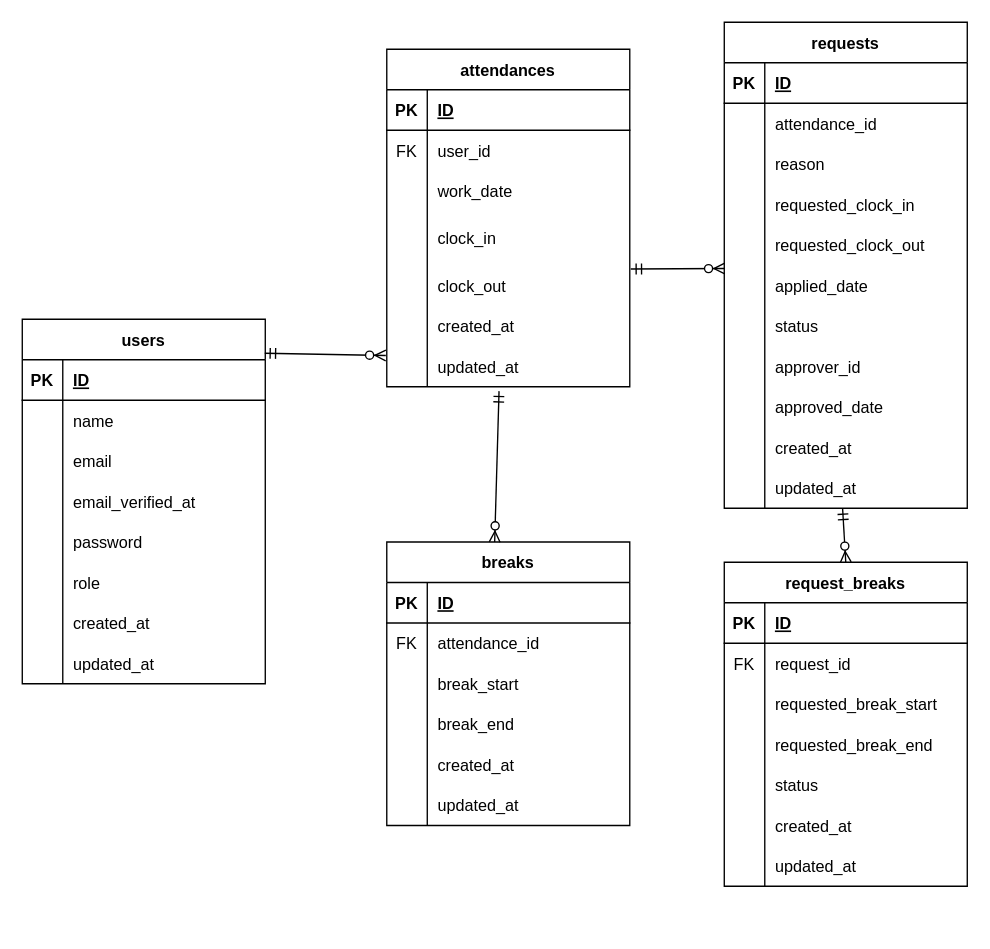
Before: ER.drawio in nishimiyu0313/yamada-attendanceapp, a draw.io diagram. Source tidied: cells renumbered, new cells numbered last; positions are measured from the earlier drawing's top-left corner, leaving out a move shared by most shapes. Both pictures are drawn from the tidied source at 135%, with x=0, y=0 at pixel (22, 22).
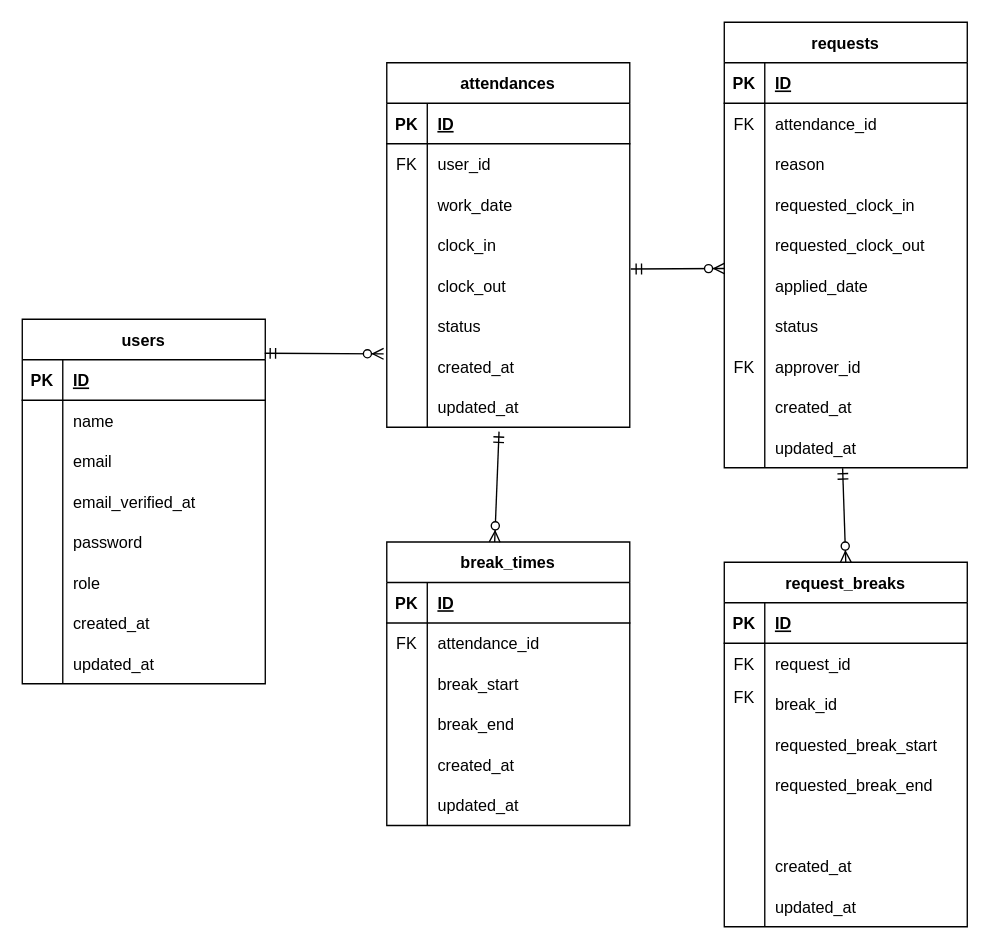
The same page after the edit.

The change refers to these unchanged cells:
```xml
<mxCell id="3" style="shape=tableRow;horizontal=0;startSize=0;swimlaneHead=0;swimlaneBody=0;fillColor=none;points=[[0,0.5],[1,0.5]];portConstraint=eastwest;top=0;left=0;right=0;bottom=1;" parent="2" vertex="1">
  <mxGeometry y="30" width="180" height="30" as="geometry" />
</mxCell>
```

The edit, as a diff of the source:
```diff
@@
     <mxCell id="27" value="attendances" style="shape=table;startSize=30;childLayout=tableLayout;rowLines=0;fontStyle=1;align=center;" parent="1" vertex="1">
-      <mxGeometry x="270" y="20" width="180" height="250" as="geometry" />
+      <mxGeometry x="270" y="30" width="180" height="270" as="geometry" />
     </mxCell>
@@
     <mxCell id="37" style="shape=tableRow;horizontal=0;startSize=0;swimlaneHead=0;swimlaneBody=0;fillColor=none;top=0;left=0;right=0;bottom=0;" parent="27" vertex="1">
-      <mxGeometry y="120" width="180" height="40" as="geometry" />
+      <mxGeometry y="120" width="180" height="30" as="geometry" />
     </mxCell>
     <mxCell id="38" style="shape=partialRectangle;fillColor=none;top=0;left=0;bottom=0;right=0;overflow=hidden;" parent="37" vertex="1">
-      <mxGeometry width="30" height="40" as="geometry" />
+      <mxGeometry width="30" height="30" as="geometry" />
     </mxCell>
     <mxCell id="39" value="clock_in" style="shape=partialRectangle;fillColor=none;top=0;left=0;bottom=0;right=0;align=left;spacingLeft=6;overflow=hidden;" parent="37" vertex="1">
-      <mxGeometry x="30" width="150" height="40" as="geometry" />
+      <mxGeometry x="30" width="150" height="30" as="geometry" />
     </mxCell>
     <mxCell id="40" style="shape=tableRow;horizontal=0;startSize=0;swimlaneHead=0;swimlaneBody=0;fillColor=none;points=[[0,0.5],[1,0.5]];portConstraint=eastwest;top=0;left=0;right=0;bottom=0;" parent="27" vertex="1">
-      <mxGeometry y="160" width="180" height="30" as="geometry" />
+      <mxGeometry y="150" width="180" height="30" as="geometry" />
     </mxCell>
@@
+    <mxCell id="128" style="shape=tableRow;horizontal=0;startSize=0;swimlaneHead=0;swimlaneBody=0;fillColor=none;top=0;left=0;right=0;bottom=0;" parent="27" vertex="1">
+      <mxGeometry y="180" width="180" height="30" as="geometry" />
+    </mxCell>
+    <mxCell id="129" style="shape=partialRectangle;fillColor=none;top=0;left=0;bottom=0;right=0;overflow=hidden;" parent="128" vertex="1">
+      <mxGeometry width="30" height="30" as="geometry" />
+    </mxCell>
+    <mxCell id="130" value="status" style="shape=partialRectangle;fillColor=none;top=0;left=0;bottom=0;right=0;align=left;spacingLeft=6;overflow=hidden;" parent="128" vertex="1">
+      <mxGeometry x="30" width="150" height="30" as="geometry" />
+    </mxCell>
     <mxCell id="43" style="shape=tableRow;horizontal=0;startSize=0;swimlaneHead=0;swimlaneBody=0;fillColor=none;points=[[0,0.5],[1,0.5]];portConstraint=eastwest;top=0;left=0;right=0;bottom=0;" parent="27" vertex="1">
-      <mxGeometry y="190" width="180" height="30" as="geometry" />
+      <mxGeometry y="210" width="180" height="30" as="geometry" />
     </mxCell>
@@
     <mxCell id="46" style="shape=tableRow;horizontal=0;startSize=0;swimlaneHead=0;swimlaneBody=0;fillColor=none;points=[[0,0.5],[1,0.5]];portConstraint=eastwest;top=0;left=0;right=0;bottom=0;" parent="27" vertex="1">
-      <mxGeometry y="220" width="180" height="30" as="geometry" />
+      <mxGeometry y="240" width="180" height="30" as="geometry" />
     </mxCell>
@@
-    <mxCell id="49" value="breaks" style="shape=table;startSize=30;childLayout=tableLayout;rowLines=0;fontStyle=1;align=center;" parent="1" vertex="1">
+    <mxCell id="49" value="break_times" style="shape=table;startSize=30;childLayout=tableLayout;rowLines=0;fontStyle=1;align=center;" parent="1" vertex="1">
       <mxGeometry x="270" y="385" width="180" height="210" as="geometry" />
     </mxCell>
@@
     <mxCell id="68" value="requests" style="shape=table;startSize=30;childLayout=tableLayout;rowLines=0;fontStyle=1;align=center;" parent="1" vertex="1">
-      <mxGeometry x="520" width="180" height="360" as="geometry" />
+      <mxGeometry x="520" width="180" height="330" as="geometry" />
     </mxCell>
@@
-    <mxCell id="93" style="shape=tableRow;horizontal=0;startSize=0;swimlaneHead=0;swimlaneBody=0;fillColor=none;top=0;left=0;right=0;bottom=0;" parent="68" vertex="1">
-      <mxGeometry y="270" width="180" height="30" as="geometry" />
-    </mxCell>
-    <mxCell id="94" style="shape=partialRectangle;fillColor=none;top=0;left=0;bottom=0;right=0;overflow=hidden;" parent="93" vertex="1">
-      <mxGeometry width="30" height="30" as="geometry" />
-    </mxCell>
-    <mxCell id="95" value="approved_date" style="shape=partialRectangle;fillColor=none;top=0;left=0;bottom=0;right=0;align=left;spacingLeft=6;overflow=hidden;" parent="93" vertex="1">
-      <mxGeometry x="30" width="150" height="30" as="geometry" />
-    </mxCell>
     <mxCell id="96" style="shape=tableRow;horizontal=0;startSize=0;swimlaneHead=0;swimlaneBody=0;fillColor=none;top=0;left=0;right=0;bottom=0;" parent="68" vertex="1">
-      <mxGeometry y="300" width="180" height="30" as="geometry" />
+      <mxGeometry y="270" width="180" height="30" as="geometry" />
     </mxCell>
@@
     <mxCell id="99" style="shape=tableRow;horizontal=0;startSize=0;swimlaneHead=0;swimlaneBody=0;fillColor=none;points=[[0,0.5],[1,0.5]];portConstraint=eastwest;top=0;left=0;right=0;bottom=0;" parent="68" vertex="1">
-      <mxGeometry y="330" width="180" height="30" as="geometry" />
+      <mxGeometry y="300" width="180" height="30" as="geometry" />
     </mxCell>
@@
     <mxCell id="102" value="request_breaks" style="shape=table;startSize=30;childLayout=tableLayout;rowLines=0;fontStyle=1;align=center;" parent="1" vertex="1">
-      <mxGeometry x="520" y="400" width="180" height="240" as="geometry" />
+      <mxGeometry x="520" y="400" width="180" height="270" as="geometry" />
     </mxCell>
@@
+    <mxCell id="131" style="shape=tableRow;horizontal=0;startSize=0;swimlaneHead=0;swimlaneBody=0;fillColor=none;top=0;left=0;right=0;bottom=0;" parent="102" vertex="1">
+      <mxGeometry y="90" width="180" height="30" as="geometry" />
+    </mxCell>
+    <mxCell id="132" style="shape=partialRectangle;fillColor=none;top=0;left=0;bottom=0;right=0;overflow=hidden;" parent="131" vertex="1">
+      <mxGeometry width="30" height="30" as="geometry" />
+    </mxCell>
+    <mxCell id="133" value="break_id" style="shape=partialRectangle;fillColor=none;top=0;left=0;bottom=0;right=0;align=left;spacingLeft=6;overflow=hidden;" parent="131" vertex="1">
+      <mxGeometry x="30" width="150" height="30" as="geometry" />
+    </mxCell>
     <mxCell id="109" style="shape=tableRow;horizontal=0;startSize=0;swimlaneHead=0;swimlaneBody=0;fillColor=none;top=0;left=0;right=0;bottom=0;" parent="102" vertex="1">
-      <mxGeometry y="90" width="180" height="30" as="geometry" />
+      <mxGeometry y="120" width="180" height="30" as="geometry" />
     </mxCell>
@@
     <mxCell id="112" style="shape=tableRow;horizontal=0;startSize=0;swimlaneHead=0;swimlaneBody=0;fillColor=none;top=0;left=0;right=0;bottom=0;" parent="102" vertex="1">
-      <mxGeometry y="120" width="180" height="30" as="geometry" />
+      <mxGeometry y="150" width="180" height="30" as="geometry" />
     </mxCell>
@@
     <mxCell id="115" style="shape=tableRow;horizontal=0;startSize=0;swimlaneHead=0;swimlaneBody=0;fillColor=none;top=0;left=0;right=0;bottom=0;" parent="102" vertex="1">
-      <mxGeometry y="150" width="180" height="30" as="geometry" />
+      <mxGeometry y="180" width="180" height="30" as="geometry" />
     </mxCell>
@@
-    <mxCell id="117" value="status" style="shape=partialRectangle;fillColor=none;top=0;left=0;bottom=0;right=0;align=left;spacingLeft=6;overflow=hidden;" parent="115" vertex="1">
+    <mxCell id="117" style="shape=partialRectangle;fillColor=none;top=0;left=0;bottom=0;right=0;align=left;spacingLeft=6;overflow=hidden;" parent="115" vertex="1">
       <mxGeometry x="30" width="150" height="30" as="geometry" />
     </mxCell>
     <mxCell id="118" style="shape=tableRow;horizontal=0;startSize=0;swimlaneHead=0;swimlaneBody=0;fillColor=none;top=0;left=0;right=0;bottom=0;" parent="102" vertex="1">
-      <mxGeometry y="180" width="180" height="30" as="geometry" />
+      <mxGeometry y="210" width="180" height="30" as="geometry" />
     </mxCell>
@@
     <mxCell id="121" style="shape=tableRow;horizontal=0;startSize=0;swimlaneHead=0;swimlaneBody=0;fillColor=none;top=0;left=0;right=0;bottom=0;" parent="102" vertex="1">
-      <mxGeometry y="210" width="180" height="30" as="geometry" />
+      <mxGeometry y="240" width="180" height="30" as="geometry" />
     </mxCell>
@@
-    <mxCell id="124" style="fontSize=12;html=1;endArrow=ERzeroToMany;startArrow=ERmandOne;exitX=0.998;exitY=-0.16;exitDx=0;exitDy=0;entryX=-0.004;entryY=0.227;entryDx=0;entryDy=0;exitPerimeter=0;entryPerimeter=0;" parent="1" edge="1" source="3" target="46">
+    <mxCell id="124" style="fontSize=12;html=1;endArrow=ERzeroToMany;startArrow=ERmandOne;exitX=0.998;exitY=-0.16;exitDx=0;exitDy=0;entryX=-0.013;entryY=0.187;entryDx=0;entryDy=0;exitPerimeter=0;entryPerimeter=0;" parent="1" edge="1" source="3" target="43">
       <mxGeometry relative="1" as="geometry" />
     </mxCell>
@@
+    <mxCell id="134" value="FK" style="shape=partialRectangle;fillColor=none;top=0;left=0;bottom=0;right=0;overflow=hidden;" parent="1" vertex="1">
+      <mxGeometry x="520" y="60" width="30" height="30" as="geometry" />
+    </mxCell>
+    <mxCell id="135" value="FK" style="shape=partialRectangle;fillColor=none;top=0;left=0;bottom=0;right=0;overflow=hidden;" parent="1" vertex="1">
+      <mxGeometry x="520" y="240" width="30" height="30" as="geometry" />
+    </mxCell>
+    <mxCell id="136" value="FK" style="shape=partialRectangle;fillColor=none;top=0;left=0;bottom=0;right=0;overflow=hidden;" parent="1" vertex="1">
+      <mxGeometry x="520" y="485" width="30" height="30" as="geometry" />
+    </mxCell>
```
